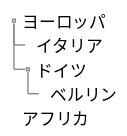
The PlantUML diagram docs/Chapter02/images/diag-sequence-sample2.svg in h1romas4/asciidoctor-gradle-template, before a commit. Its source is kept beside it as src/docs/asciidoc/Chapter02/diag-sequence-sample2.puml.
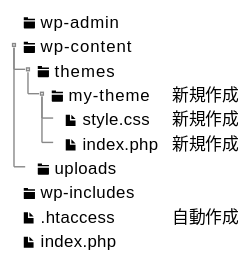
Later version of the same file.

What changed in the source:
```diff
@@ -1,11 +1,16 @@
 @startsalt diag-sequence-sample2
 {
 {T
- + ヨーロッパ
- ++ イタリア
- ++ ドイツ
- +++ ベルリン
- + アフリカ
+ + <&folder> wp-admin
+ + <&folder> wp-content
+ ++ <&folder> themes
+ +++ <&folder> my-theme   | 新規作成
+ ++++ <&file> style.css   | 新規作成
+ ++++ <&file> index.php   | 新規作成
+ ++ <&folder> uploads
+ + <&folder> wp-includes
+ + <&file> .htaccess      | 自動作成
+ + <&file> index.php
 }
 }
 @endsalt
```
